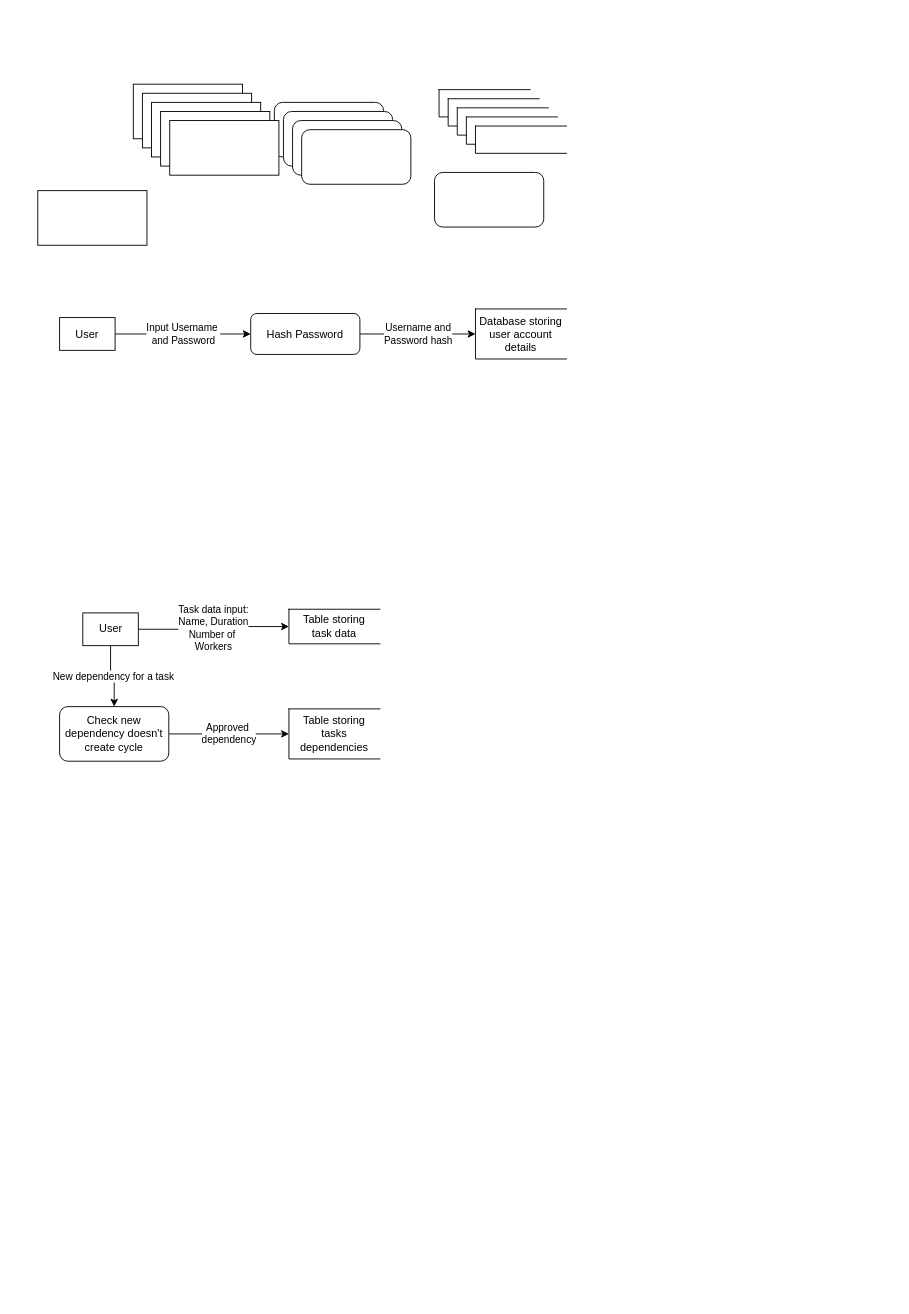
Before: page "Data Flow Diagram" (6 of 6) of Diagrams.drawio in Senacen/Critical-Path-Project-Manager-NEA-MS-Access, a draw.io diagram. Source tidied: cells renumbered, new cells numbered last; positions are measured from the earlier drawing's top-left corner, leaving out a move shared by most shapes. Both pictures are drawn from the tidied source at 91%, with x=0, y=0 at pixel (37, 84).
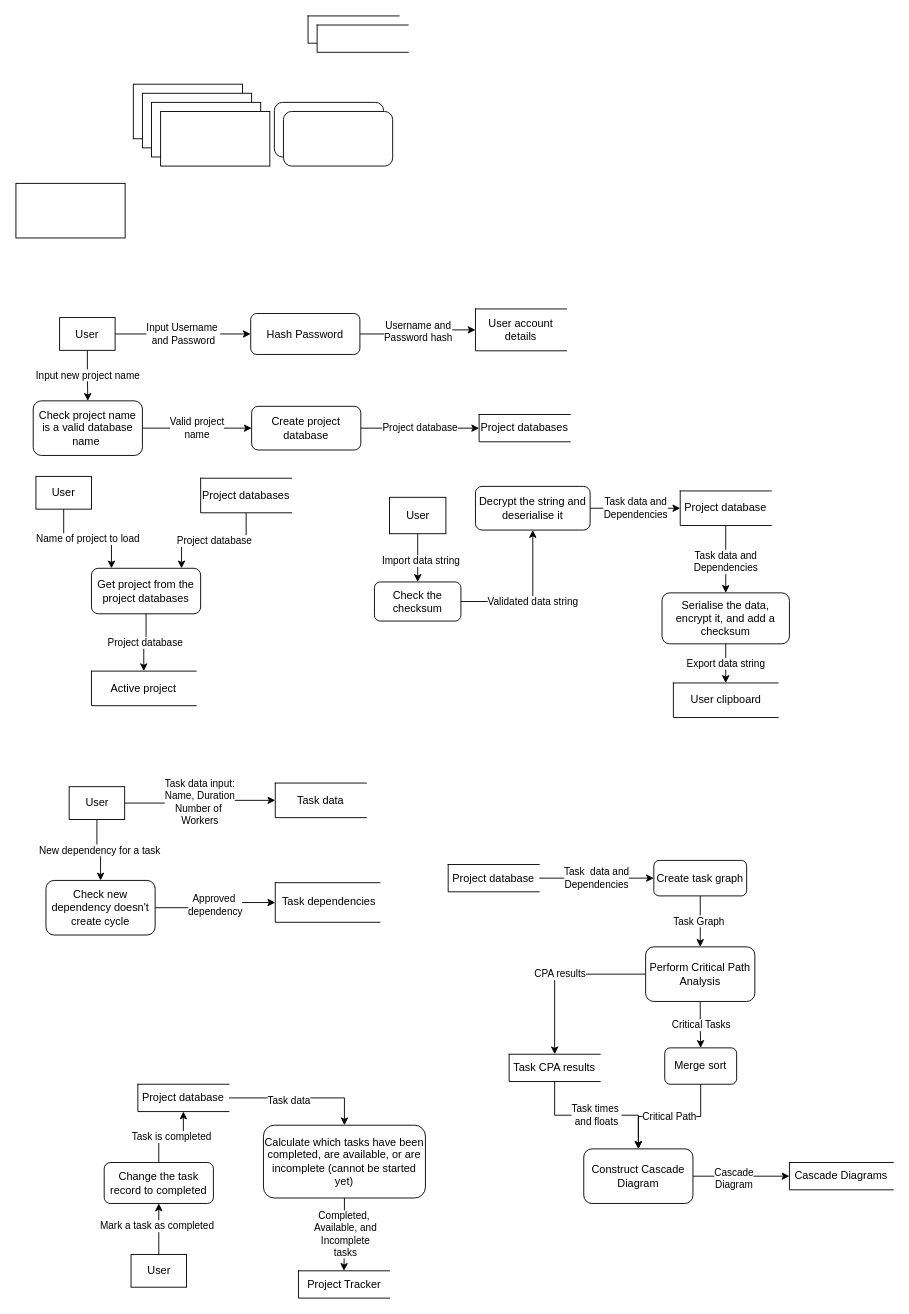
The same page after the edit.

Unchanged cells that the change refers to:
```xml
<mxCell id="4" value="User" style="rounded=0;whiteSpace=wrap;html=1;" parent="1" vertex="1">
  <mxGeometry x="24" y="256.5" width="61" height="36" as="geometry" />
</mxCell>
```

Diff of the diagram source:
```diff
@@
+    <mxCell id="30" value="Input new project name" style="edgeStyle=orthogonalEdgeStyle;rounded=0;jettySize=auto;html=1;" parent="1" edge="1" source="4" target="17">
+      <mxGeometry relative="1" as="geometry" />
+    </mxCell>
@@
-    <mxCell id="8" value="Database storing user account details" style="html=1;dashed=0;whiteSpace=wrap;shape=partialRectangle;right=0;" parent="1" vertex="1">
-      <mxGeometry x="481" y="247" width="100" height="55" as="geometry" />
+    <mxCell id="8" value="User account details" style="html=1;dashed=0;whiteSpace=wrap;shape=partialRectangle;right=0;" parent="1" vertex="1">
+      <mxGeometry x="481" y="247" width="100" height="46" as="geometry" />
     </mxCell>
+    <mxCell id="31" value="Task times&amp;nbsp;&lt;br&gt;and floats" style="edgeStyle=orthogonalEdgeStyle;rounded=0;jettySize=auto;html=1;" parent="1" edge="1" source="9" target="60">
+      <mxGeometry relative="1" as="geometry" />
+    </mxCell>
-    <mxCell id="9" style="html=1;dashed=0;whiteSpace=wrap;shape=partialRectangle;right=0;" parent="1" vertex="1">
-      <mxGeometry x="441" y="6" width="100" height="30" as="geometry" />
+    <mxCell id="9" value="Task CPA results" style="html=1;dashed=0;whiteSpace=wrap;shape=partialRectangle;right=0;" parent="1" vertex="1">
+      <mxGeometry x="518" y="1066" width="100" height="30" as="geometry" />
     </mxCell>
@@
+    <mxCell id="32" style="edgeStyle=orthogonalEdgeStyle;rounded=0;jettySize=auto;html=1;" parent="1" edge="1" source="14" target="74">
+      <mxGeometry relative="1" as="geometry" />
+    </mxCell>
+    <mxCell id="33" value="Import data string" style="edgeLabel;html=1;align=center;verticalAlign=middle;" parent="32" vertex="1">
+      <mxGeometry x="0.1" y="3" relative="1" as="geometry" />
+    </mxCell>
-    <mxCell id="14" style="rounded=0;whiteSpace=wrap;html=1;" parent="1" vertex="1">
-      <mxGeometry x="145" y="40" width="120" height="60" as="geometry" />
+    <mxCell id="14" value="User" style="rounded=0;whiteSpace=wrap;html=1;" parent="1" vertex="1">
+      <mxGeometry x="386.5" y="454" width="62" height="40" as="geometry" />
     </mxCell>
     <mxCell id="15" style="rounded=0;whiteSpace=wrap;html=1;" parent="1" vertex="1">
-      <mxGeometry y="117" width="120" height="60" as="geometry" />
+      <mxGeometry x="-24" y="109" width="120" height="60" as="geometry" />
     </mxCell>
+    <mxCell id="34" value="Project database" style="edgeStyle=orthogonalEdgeStyle;rounded=0;jettySize=auto;html=1;entryX=0;entryY=0.5;entryDx=0;entryDy=0;" parent="1" edge="1" source="16" target="20">
+      <mxGeometry relative="1" as="geometry" />
+    </mxCell>
-    <mxCell id="16" style="rounded=1;whiteSpace=wrap;html=1;" parent="1" vertex="1">
-      <mxGeometry x="280" y="40" width="120" height="60" as="geometry" />
+    <mxCell id="16" value="Create project database" style="rounded=1;whiteSpace=wrap;html=1;" parent="1" vertex="1">
+      <mxGeometry x="235" y="354" width="120" height="48" as="geometry" />
     </mxCell>
+    <mxCell id="35" value="Valid project&lt;br&gt;name" style="edgeStyle=orthogonalEdgeStyle;rounded=0;jettySize=auto;html=1;" parent="1" edge="1" source="17" target="16">
+      <mxGeometry relative="1" as="geometry" />
+    </mxCell>
-    <mxCell id="17" style="rounded=1;whiteSpace=wrap;html=1;" parent="1" vertex="1">
-      <mxGeometry x="290" y="50" width="120" height="60" as="geometry" />
+    <mxCell id="17" value="Check project name is a valid database name&amp;nbsp;" style="rounded=1;whiteSpace=wrap;html=1;" parent="1" vertex="1">
+      <mxGeometry x="-5" y="348" width="120" height="60" as="geometry" />
     </mxCell>
+    <mxCell id="36" value="CPA results" style="edgeStyle=orthogonalEdgeStyle;rounded=0;jettySize=auto;html=1;" parent="1" edge="1" source="18" target="9">
+      <mxGeometry relative="1" as="geometry" />
+    </mxCell>
+    <mxCell id="37" value="Critical Tasks" style="edgeStyle=orthogonalEdgeStyle;rounded=0;jettySize=auto;html=1;" parent="1" edge="1" source="18" target="66">
+      <mxGeometry relative="1" as="geometry" />
+    </mxCell>
-    <mxCell id="18" style="rounded=1;whiteSpace=wrap;html=1;" parent="1" vertex="1">
-      <mxGeometry x="436" y="97" width="120" height="60" as="geometry" />
+    <mxCell id="18" value="Perform Critical Path Analysis" style="rounded=1;whiteSpace=wrap;html=1;" parent="1" vertex="1">
+      <mxGeometry x="668" y="948" width="120" height="60" as="geometry" />
     </mxCell>
-    <mxCell id="19" style="html=1;dashed=0;whiteSpace=wrap;shape=partialRectangle;right=0;" parent="1" vertex="1">
-      <mxGeometry x="451" y="16" width="100" height="30" as="geometry" />
-    </mxCell>
-    <mxCell id="20" style="html=1;dashed=0;whiteSpace=wrap;shape=partialRectangle;right=0;" parent="1" vertex="1">
-      <mxGeometry x="461" y="26" width="100" height="30" as="geometry" />
+    <mxCell id="20" value="Project databases" style="html=1;dashed=0;whiteSpace=wrap;shape=partialRectangle;right=0;" parent="1" vertex="1">
+      <mxGeometry x="485" y="363" width="100" height="30" as="geometry" />
     </mxCell>
-    <mxCell id="21" style="html=1;dashed=0;whiteSpace=wrap;shape=partialRectangle;right=0;" parent="1" vertex="1">
-      <mxGeometry x="471" y="36" width="100" height="30" as="geometry" />
-    </mxCell>
     <mxCell id="22" style="html=1;dashed=0;whiteSpace=wrap;shape=partialRectangle;right=0;" parent="1" vertex="1">
-      <mxGeometry x="481" y="46" width="100" height="30" as="geometry" />
+      <mxGeometry x="297" y="-75" width="100" height="30" as="geometry" />
     </mxCell>
-    <mxCell id="23" value="Table storing tasks dependencies" style="html=1;dashed=0;whiteSpace=wrap;shape=partialRectangle;right=0;" parent="1" vertex="1">
-      <mxGeometry x="276" y="686.5" width="100" height="55" as="geometry" />
+    <mxCell id="23" value="&amp;nbsp;Task dependencies" style="html=1;dashed=0;whiteSpace=wrap;shape=partialRectangle;right=0;" parent="1" vertex="1">
+      <mxGeometry x="261" y="877.5" width="115" height="43.5" as="geometry" />
     </mxCell>
@@
     <mxCell id="26" value="User" style="rounded=0;whiteSpace=wrap;html=1;" parent="1" vertex="1">
-      <mxGeometry x="49.5" y="581" width="61" height="36" as="geometry" />
+      <mxGeometry x="34.5" y="772" width="61" height="36" as="geometry" />
     </mxCell>
-    <mxCell id="27" value="Table storing&lt;br&gt;task data" style="html=1;dashed=0;whiteSpace=wrap;shape=partialRectangle;right=0;" parent="1" vertex="1">
-      <mxGeometry x="276" y="577" width="100" height="38" as="geometry" />
+    <mxCell id="27" value="Task data" style="html=1;dashed=0;whiteSpace=wrap;shape=partialRectangle;right=0;" parent="1" vertex="1">
+      <mxGeometry x="261" y="768" width="100" height="38" as="geometry" />
     </mxCell>
@@
     <mxCell id="29" value="Check new dependency doesn't create cycle" style="rounded=1;whiteSpace=wrap;html=1;" parent="1" vertex="1">
-      <mxGeometry x="24" y="684" width="120" height="60" as="geometry" />
+      <mxGeometry x="9" y="875" width="120" height="60" as="geometry" />
     </mxCell>
+    <mxCell id="38" value="Active project" style="html=1;dashed=0;whiteSpace=wrap;shape=partialRectangle;right=0;" parent="1" vertex="1">
+      <mxGeometry x="59" y="645" width="115" height="38" as="geometry" />
+    </mxCell>
+    <mxCell id="39" value="Name of project to load" style="edgeStyle=orthogonalEdgeStyle;rounded=0;jettySize=auto;html=1;" parent="1" edge="1" source="40" target="44">
+      <mxGeometry relative="1" as="geometry">
+        <Array as="points">
+          <mxPoint x="29" y="500" />
+          <mxPoint x="81" y="500" />
+        </Array>
+      </mxGeometry>
+    </mxCell>
+    <mxCell id="40" value="User" style="rounded=0;whiteSpace=wrap;html=1;" parent="1" vertex="1">
+      <mxGeometry x="-2" y="431" width="61" height="36" as="geometry" />
+    </mxCell>
+    <mxCell id="41" value="Project database" style="edgeStyle=orthogonalEdgeStyle;rounded=0;jettySize=auto;html=1;" parent="1" edge="1" source="42" target="44">
+      <mxGeometry relative="1" as="geometry">
+        <Array as="points">
+          <mxPoint x="229" y="502" />
+          <mxPoint x="158" y="502" />
+        </Array>
+      </mxGeometry>
+    </mxCell>
+    <mxCell id="42" value="Project databases" style="html=1;dashed=0;whiteSpace=wrap;shape=partialRectangle;right=0;" parent="1" vertex="1">
+      <mxGeometry x="179" y="433" width="100" height="38" as="geometry" />
+    </mxCell>
+    <mxCell id="43" value="Project database" style="edgeStyle=orthogonalEdgeStyle;rounded=0;jettySize=auto;html=1;" parent="1" edge="1" source="44" target="38">
+      <mxGeometry relative="1" as="geometry" />
+    </mxCell>
+    <mxCell id="44" value="Get project from the project databases" style="rounded=1;whiteSpace=wrap;html=1;" parent="1" vertex="1">
+      <mxGeometry x="59" y="532" width="120" height="50" as="geometry" />
+    </mxCell>
+    <mxCell id="45" style="html=1;dashed=0;whiteSpace=wrap;shape=partialRectangle;right=0;" parent="1" vertex="1">
+      <mxGeometry x="307" y="-65" width="100" height="30" as="geometry" />
+    </mxCell>
+    <mxCell id="46" value="Project Tracker" style="html=1;dashed=0;whiteSpace=wrap;shape=partialRectangle;right=0;" parent="1" vertex="1">
+      <mxGeometry x="286.5" y="1304" width="100" height="30" as="geometry" />
+    </mxCell>
+    <mxCell id="47" style="edgeStyle=orthogonalEdgeStyle;rounded=0;jettySize=auto;html=1;" parent="1" edge="1" source="49" target="57">
+      <mxGeometry relative="1" as="geometry" />
+    </mxCell>
+    <mxCell id="48" value="Task data" style="edgeLabel;html=1;align=center;verticalAlign=middle;" parent="47" vertex="1">
+      <mxGeometry x="-0.17" y="-2" relative="1" as="geometry" />
+    </mxCell>
+    <mxCell id="49" value="Project database" style="html=1;dashed=0;whiteSpace=wrap;shape=partialRectangle;right=0;" parent="1" vertex="1">
+      <mxGeometry x="110" y="1099" width="100" height="30" as="geometry" />
+    </mxCell>
+    <mxCell id="50" value="Cascade Diagrams" style="html=1;dashed=0;whiteSpace=wrap;shape=partialRectangle;right=0;" parent="1" vertex="1">
+      <mxGeometry x="826" y="1185" width="114" height="30" as="geometry" />
+    </mxCell>
+    <mxCell id="51" value="Task&amp;nbsp; data and&lt;br&gt;Dependencies" style="edgeStyle=orthogonalEdgeStyle;rounded=0;jettySize=auto;html=1;" parent="1" edge="1" source="52" target="62">
+      <mxGeometry relative="1" as="geometry" />
+    </mxCell>
+    <mxCell id="52" value="Project database" style="html=1;dashed=0;whiteSpace=wrap;shape=partialRectangle;right=0;" parent="1" vertex="1">
+      <mxGeometry x="451" y="857.5" width="100" height="30" as="geometry" />
+    </mxCell>
+    <mxCell id="53" value="Task is completed" style="edgeStyle=orthogonalEdgeStyle;rounded=0;jettySize=auto;html=1;" parent="1" edge="1" source="54" target="49">
+      <mxGeometry relative="1" as="geometry" />
+    </mxCell>
+    <mxCell id="54" value="Change the task record to completed" style="rounded=1;whiteSpace=wrap;html=1;" parent="1" vertex="1">
+      <mxGeometry x="73" y="1185" width="120" height="45" as="geometry" />
+    </mxCell>
+    <mxCell id="55" style="edgeStyle=orthogonalEdgeStyle;rounded=0;jettySize=auto;html=1;" parent="1" edge="1" source="57" target="46">
+      <mxGeometry relative="1" as="geometry" />
+    </mxCell>
+    <mxCell id="56" value="Completed,&amp;nbsp;&lt;br style=&quot;border-color: var(--border-color);&quot;&gt;Available, and&lt;br style=&quot;border-color: var(--border-color);&quot;&gt;Incomplete&lt;br style=&quot;border-color: var(--border-color);&quot;&gt;tasks" style="edgeLabel;html=1;align=center;verticalAlign=middle;" parent="55" vertex="1">
+      <mxGeometry x="-0.02" relative="1" as="geometry" />
+    </mxCell>
+    <mxCell id="57" value="Calculate which tasks have been completed, are available, or are incomplete (cannot be started yet)" style="rounded=1;whiteSpace=wrap;html=1;" parent="1" vertex="1">
+      <mxGeometry x="248" y="1144" width="178" height="80" as="geometry" />
+    </mxCell>
+    <mxCell id="58" style="edgeStyle=orthogonalEdgeStyle;rounded=0;jettySize=auto;html=1;" parent="1" edge="1" source="60" target="50">
+      <mxGeometry relative="1" as="geometry" />
+    </mxCell>
+    <mxCell id="59" value="Cascade&lt;br&gt;Diagram" style="edgeLabel;html=1;align=center;verticalAlign=middle;" parent="58" vertex="1">
+      <mxGeometry x="-0.17" y="-2" relative="1" as="geometry" />
+    </mxCell>
+    <mxCell id="60" value="Construct Cascade Diagram" style="rounded=1;whiteSpace=wrap;html=1;" parent="1" vertex="1">
+      <mxGeometry x="600" y="1170" width="120" height="60" as="geometry" />
+    </mxCell>
+    <mxCell id="61" value="Task Graph&amp;nbsp;" style="edgeStyle=orthogonalEdgeStyle;rounded=0;jettySize=auto;html=1;" parent="1" edge="1" source="62" target="18">
+      <mxGeometry relative="1" as="geometry" />
+    </mxCell>
+    <mxCell id="62" value="Create task graph" style="rounded=1;whiteSpace=wrap;html=1;" parent="1" vertex="1">
+      <mxGeometry x="677" y="853" width="102" height="39" as="geometry" />
+    </mxCell>
+    <mxCell id="63" value="Task data and&lt;br&gt;Dependencies" style="edgeStyle=orthogonalEdgeStyle;rounded=0;jettySize=auto;html=1;" parent="1" edge="1" source="64" target="70">
+      <mxGeometry relative="1" as="geometry" />
+    </mxCell>
+    <mxCell id="64" value="Decrypt the string and deserialise it" style="rounded=1;whiteSpace=wrap;html=1;" parent="1" vertex="1">
+      <mxGeometry x="481" y="442" width="126" height="48" as="geometry" />
+    </mxCell>
+    <mxCell id="65" value="Critical Path" style="edgeStyle=orthogonalEdgeStyle;rounded=0;jettySize=auto;html=1;" parent="1" edge="1" source="66" target="60">
+      <mxGeometry relative="1" as="geometry" />
+    </mxCell>
+    <mxCell id="66" value="Merge sort" style="rounded=1;whiteSpace=wrap;html=1;" parent="1" vertex="1">
+      <mxGeometry x="689" y="1059" width="79" height="40" as="geometry" />
+    </mxCell>
+    <mxCell id="67" value="User clipboard" style="html=1;dashed=0;whiteSpace=wrap;shape=partialRectangle;right=0;" parent="1" vertex="1">
+      <mxGeometry x="698.5" y="658" width="115" height="38" as="geometry" />
+    </mxCell>
+    <mxCell id="68" style="edgeStyle=orthogonalEdgeStyle;rounded=0;jettySize=auto;html=1;entryX=0.5;entryY=0;entryDx=0;entryDy=0;" parent="1" edge="1" source="70" target="72">
+      <mxGeometry relative="1" as="geometry" />
+    </mxCell>
+    <mxCell id="69" value="Task data and&lt;br&gt;Dependencies" style="edgeLabel;html=1;align=center;verticalAlign=middle;" parent="68" vertex="1">
+      <mxGeometry x="0.05" y="-1" relative="1" as="geometry" />
+    </mxCell>
+    <mxCell id="70" value="Project database" style="html=1;dashed=0;whiteSpace=wrap;shape=partialRectangle;right=0;" parent="1" vertex="1">
+      <mxGeometry x="706" y="447" width="100" height="38" as="geometry" />
+    </mxCell>
+    <mxCell id="71" value="Export data string" style="edgeStyle=orthogonalEdgeStyle;rounded=0;jettySize=auto;html=1;" parent="1" edge="1" source="72" target="67">
+      <mxGeometry relative="1" as="geometry" />
+    </mxCell>
+    <mxCell id="72" value="Serialise the data, encrypt it, and add a checksum" style="rounded=1;whiteSpace=wrap;html=1;" parent="1" vertex="1">
+      <mxGeometry x="686" y="559" width="140" height="56" as="geometry" />
+    </mxCell>
+    <mxCell id="73" value="Validated data string" style="edgeStyle=orthogonalEdgeStyle;rounded=0;jettySize=auto;html=1;" parent="1" edge="1" source="74" target="64">
+      <mxGeometry relative="1" as="geometry" />
+    </mxCell>
+    <mxCell id="74" value="Check the checksum" style="rounded=1;whiteSpace=wrap;html=1;" parent="1" vertex="1">
+      <mxGeometry x="370" y="547" width="95" height="43" as="geometry" />
+    </mxCell>
+    <mxCell id="75" style="edgeStyle=orthogonalEdgeStyle;rounded=0;jettySize=auto;html=1;" parent="1" edge="1" source="77" target="54">
+      <mxGeometry relative="1" as="geometry" />
+    </mxCell>
+    <mxCell id="76" value="Mark a task as completed" style="edgeLabel;html=1;align=center;verticalAlign=middle;" parent="75" vertex="1">
+      <mxGeometry x="0.16" y="3" relative="1" as="geometry" />
+    </mxCell>
+    <mxCell id="77" value="User" style="rounded=0;whiteSpace=wrap;html=1;" parent="1" vertex="1">
+      <mxGeometry x="102.5" y="1286" width="61" height="36" as="geometry" />
+    </mxCell>
```
